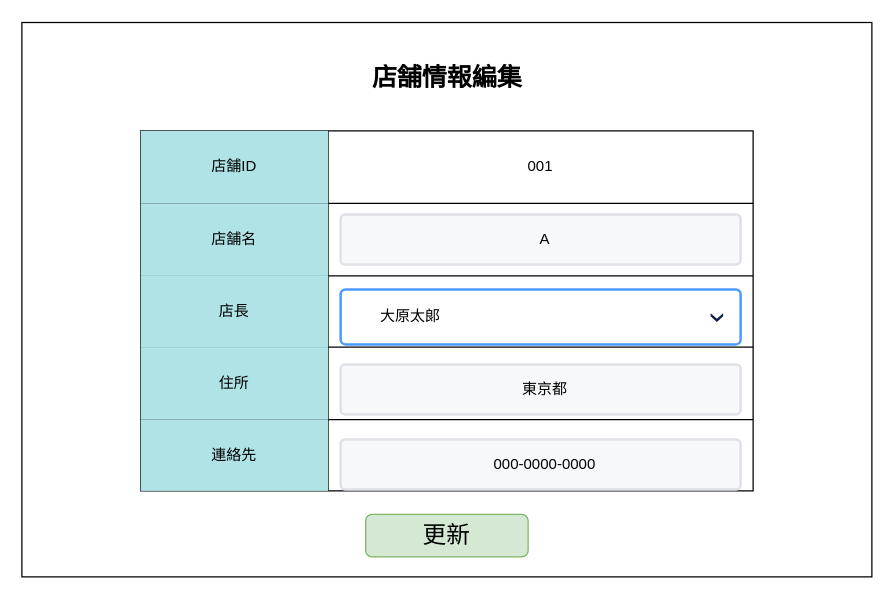
HaruShim/Sotuken keeps this draw.io diagram as page "(どうする？)S02-04 店舗情報編集" (4 of 4) of 各種設計書/6.画面設計書/S02_店舗マスタ.drawio. Above is the earlier version. Source tidied: cells renumbered, new cells numbered last; positions are measured from the earlier drawing's top-left corner, leaving out a move shared by most shapes. Both pictures are drawn from the tidied source at 125%, with x=0, y=0 at pixel (21, 21). Pictures stored in the file or linked from it are replaced by grey dashed boxes.
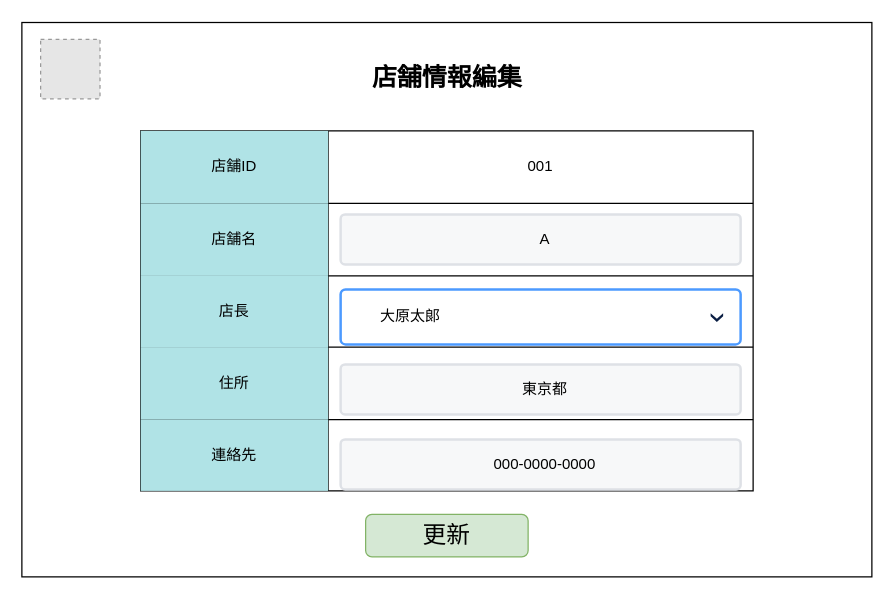
Above is the later version.

What changed in the source:
```diff
@@
+    <mxCell id="28" style="fillColor=#E6E6E6;strokeColor=#999999;dashed=1;html=1;verticalAlign=top;verticalLabelPosition=bottom;labelBackgroundColor=#ffffff;" parent="1" vertex="1">
+      <mxGeometry x="15" y="14" width="47.5" height="47.5" as="geometry" />
+    </mxCell>
```
